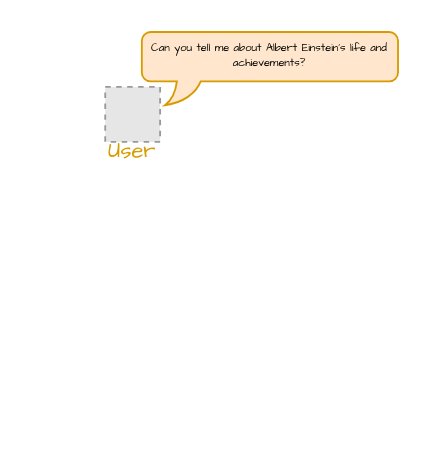
Above: COT_SE_UQ.drawio in interments/COT_UQ (draw.io), before the change. Source tidied: cells renumbered, new cells numbered last; positions are measured from the earlier drawing's top-left corner, leaving out a move shared by most shapes. Both pictures are drawn from the tidied source at 183%, with x=0, y=0 at pixel (77, 31). Pictures stored in the file or linked from it are replaced by grey dashed boxes.
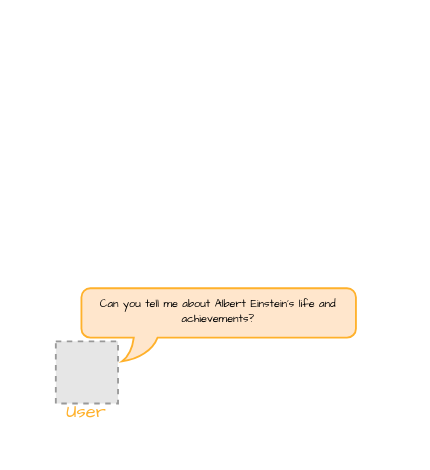
Above is the later version.

The edit, as a diff of the source:
```diff
@@
 <mxGraphModel>
   <root>
     <mxCell id="0" />
     <mxCell id="1" parent="0" />
-    <mxCell id="2" style="fillColor=#E6E6E6;strokeColor=#999999;dashed=1;verticalLabelPosition=bottom;labelBackgroundColor=default;verticalAlign=top;" parent="1" vertex="1">
-      <mxGeometry x="15" y="30" width="30" height="30" as="geometry" />
-    </mxCell>
-    <mxCell id="3" style="whiteSpace=wrap;html=1;shape=mxgraph.basic.roundRectCallout;dx=25.67;dy=13;size=4.89;boundedLbl=1;fillColor=#ffe6cc;strokeColor=#d79b00;" parent="1" vertex="1">
-      <mxGeometry x="35" width="140" height="40" as="geometry" />
+    <mxCell id="3" style="whiteSpace=wrap;html=1;shape=mxgraph.basic.roundRectCallout;dx=35.11;dy=13;size=4.89;boundedLbl=1;fillColor=#ffe6cc;strokeColor=light-dark(#ffb12b, #996500);" parent="1" vertex="1">
+      <mxGeometry x="2" y="140" width="150" height="40" as="geometry" />
     </mxCell>
-    <mxCell id="4" value="&lt;font style=&quot;color: light-dark(rgb(215, 156, 0), rgb(237, 237, 237));&quot; face=&quot;Comic Sans MS&quot;&gt;User&lt;/font&gt;" style="text;html=1;align=center;verticalAlign=middle;whiteSpace=wrap;rounded=0;" parent="1" vertex="1">
-      <mxGeometry y="50" width="60" height="30" as="geometry" />
+    <mxCell id="4" value="&lt;font face=&quot;Comic Sans MS&quot;&gt;User&lt;/font&gt;" style="text;html=1;align=center;verticalAlign=middle;whiteSpace=wrap;rounded=0;fontColor=light-dark(#ffb12b, #ededed);fontSize=10;" parent="1" vertex="1">
+      <mxGeometry x="-25" y="192" width="60" height="30" as="geometry" />
     </mxCell>
     <mxCell id="5" value="Can you tell me about Albert Einstein's life and achievements?" style="text;align=center;verticalAlign=middle;rounded=0;fontFamily=Comic Sans MS;spacing=0;whiteSpace=wrap;fontSize=6;" parent="1" vertex="1">
-      <mxGeometry x="40" width="130" height="26" as="geometry" />
+      <mxGeometry x="12" y="140" width="130" height="26" as="geometry" />
     </mxCell>
+    <mxCell id="6" style="fillColor=#E6E6E6;strokeColor=#999999;dashed=1;verticalLabelPosition=bottom;labelBackgroundColor=default;verticalAlign=top;fontColor=light-dark(#d79c00, #ededed);" parent="1" vertex="1">
+      <mxGeometry x="-12" y="169" width="34" height="34" as="geometry" />
+    </mxCell>
   </root>
 </mxGraphModel>
```
